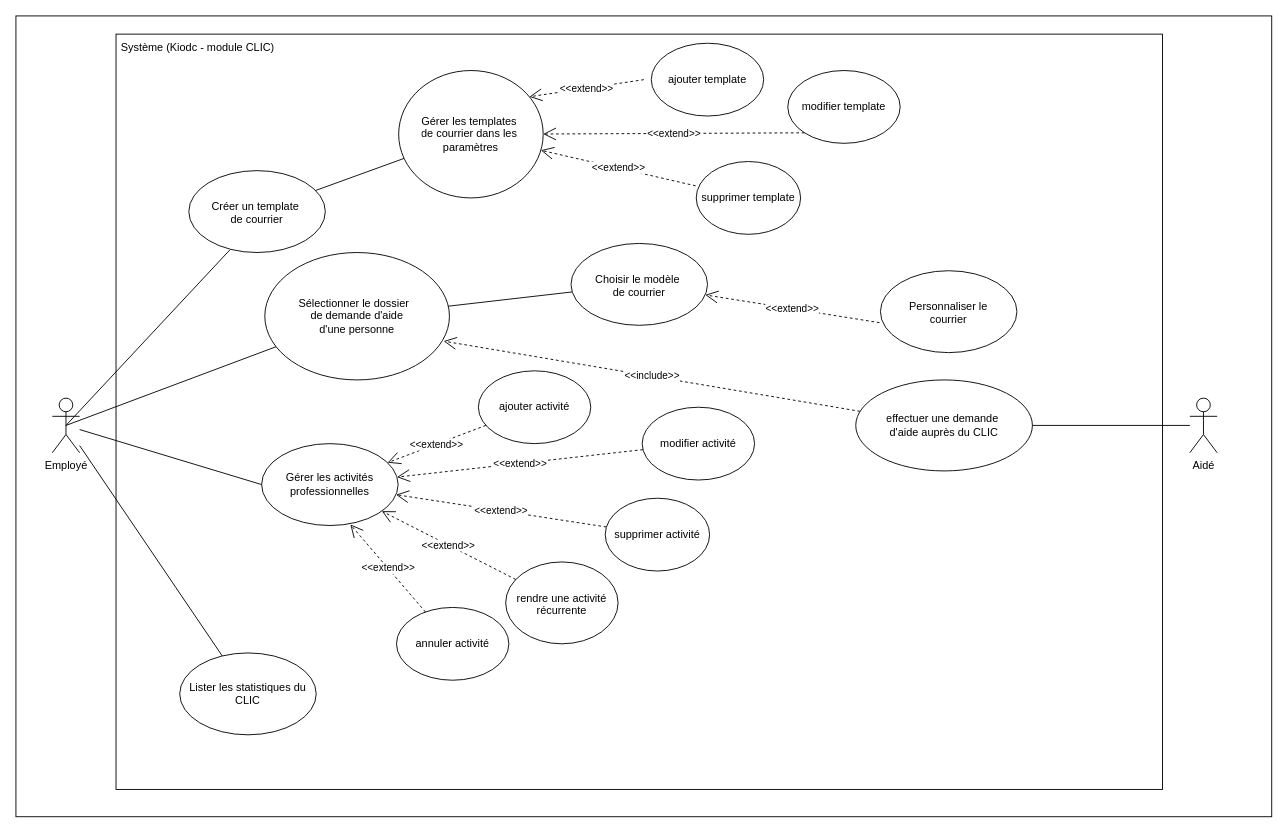
This is Diagramme sans nom.drawio from Paulilinaire/UML, a draw.io file, before an edit. Source tidied: cells renumbered, new cells numbered last; positions are measured from the earlier drawing's top-left corner, leaving out a move shared by most shapes. Both pictures are drawn from the tidied source at 91%, with x=0, y=0 at pixel (15, 15).
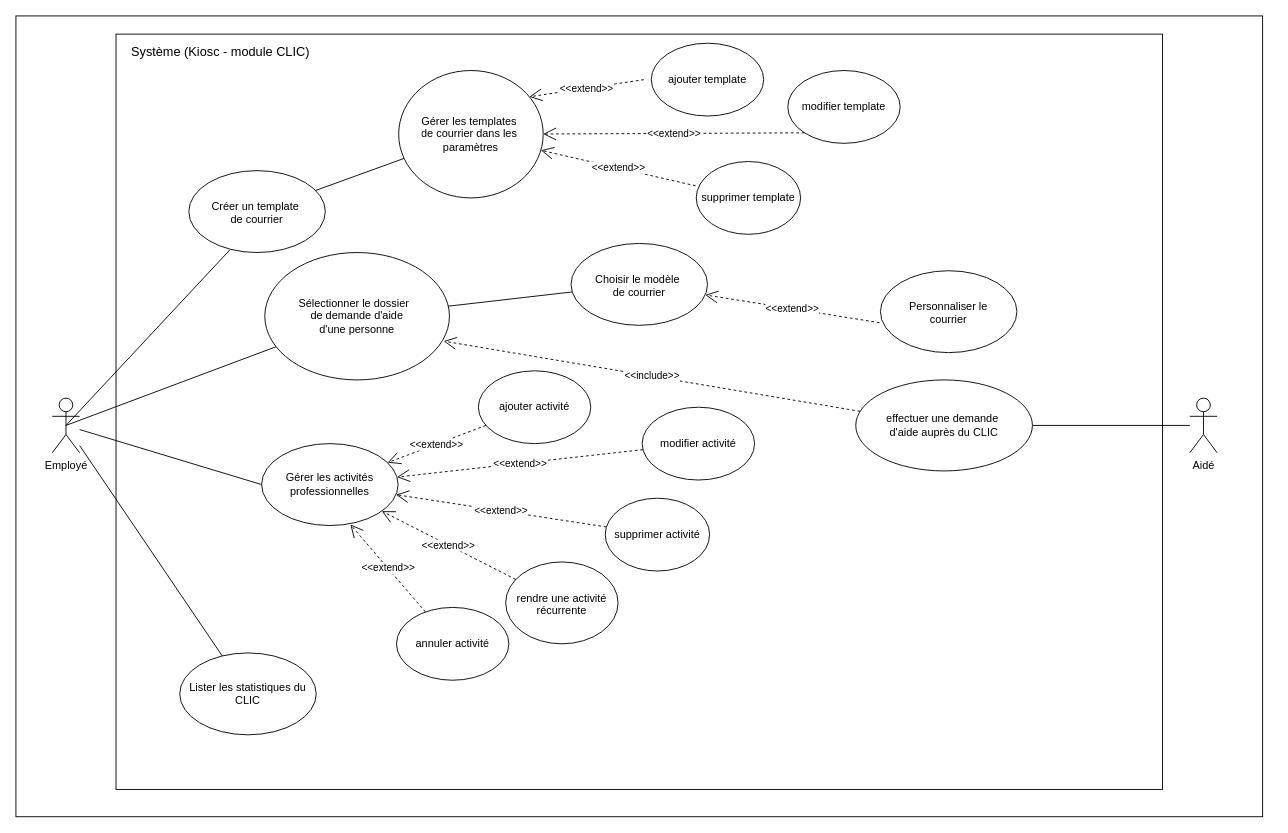
After the change.

Commit message:
Mettre à jour Diagramme sans nom.drawio

Change to the diagram source:
```diff
@@
     <mxCell id="2" style="rounded=0;whiteSpace=wrap;html=1;" parent="1" vertex="1">
-      <mxGeometry width="1380" height="880" as="geometry" />
+      <mxGeometry width="1370" height="880" as="geometry" />
     </mxCell>
@@
-    <mxCell id="5" value="Système (Kiodc - module CLIC)" style="text;html=1;align=center;verticalAlign=middle;whiteSpace=wrap;rounded=0;" parent="1" vertex="1">
-      <mxGeometry x="110" y="20" width="180" height="30" as="geometry" />
+    <mxCell id="5" value="&lt;font style=&quot;font-size: 14px;&quot;&gt;Système (Kiosc - module CLIC)&lt;/font&gt;" style="text;html=1;align=center;verticalAlign=middle;whiteSpace=wrap;rounded=0;" parent="1" vertex="1">
+      <mxGeometry x="110" y="20" width="230" height="40" as="geometry" />
     </mxCell>
```
